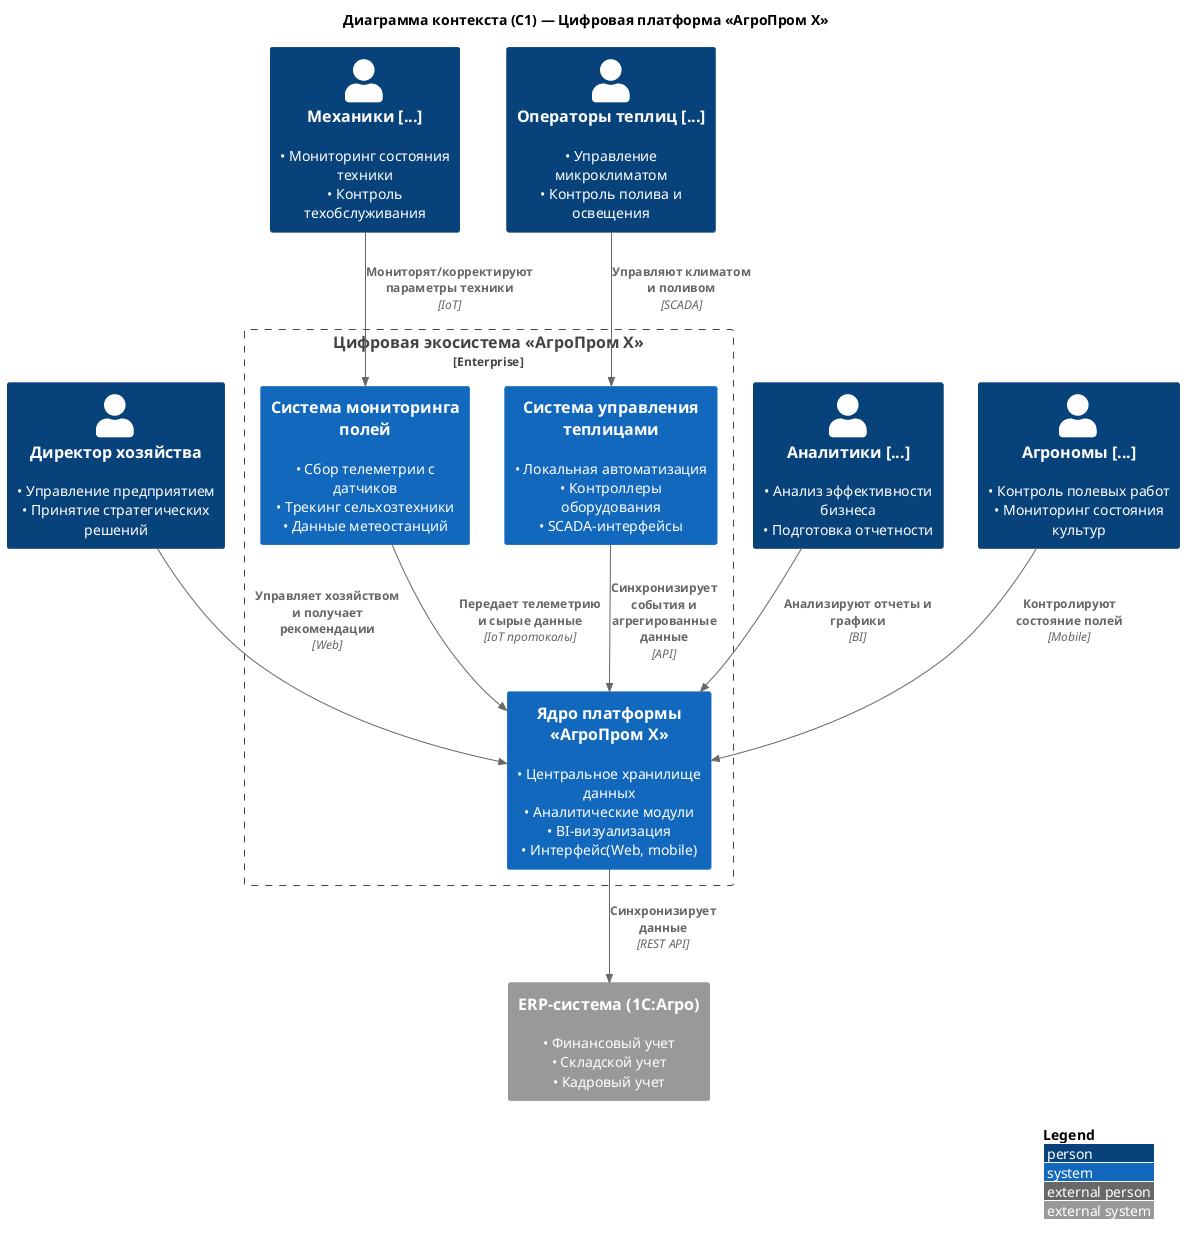
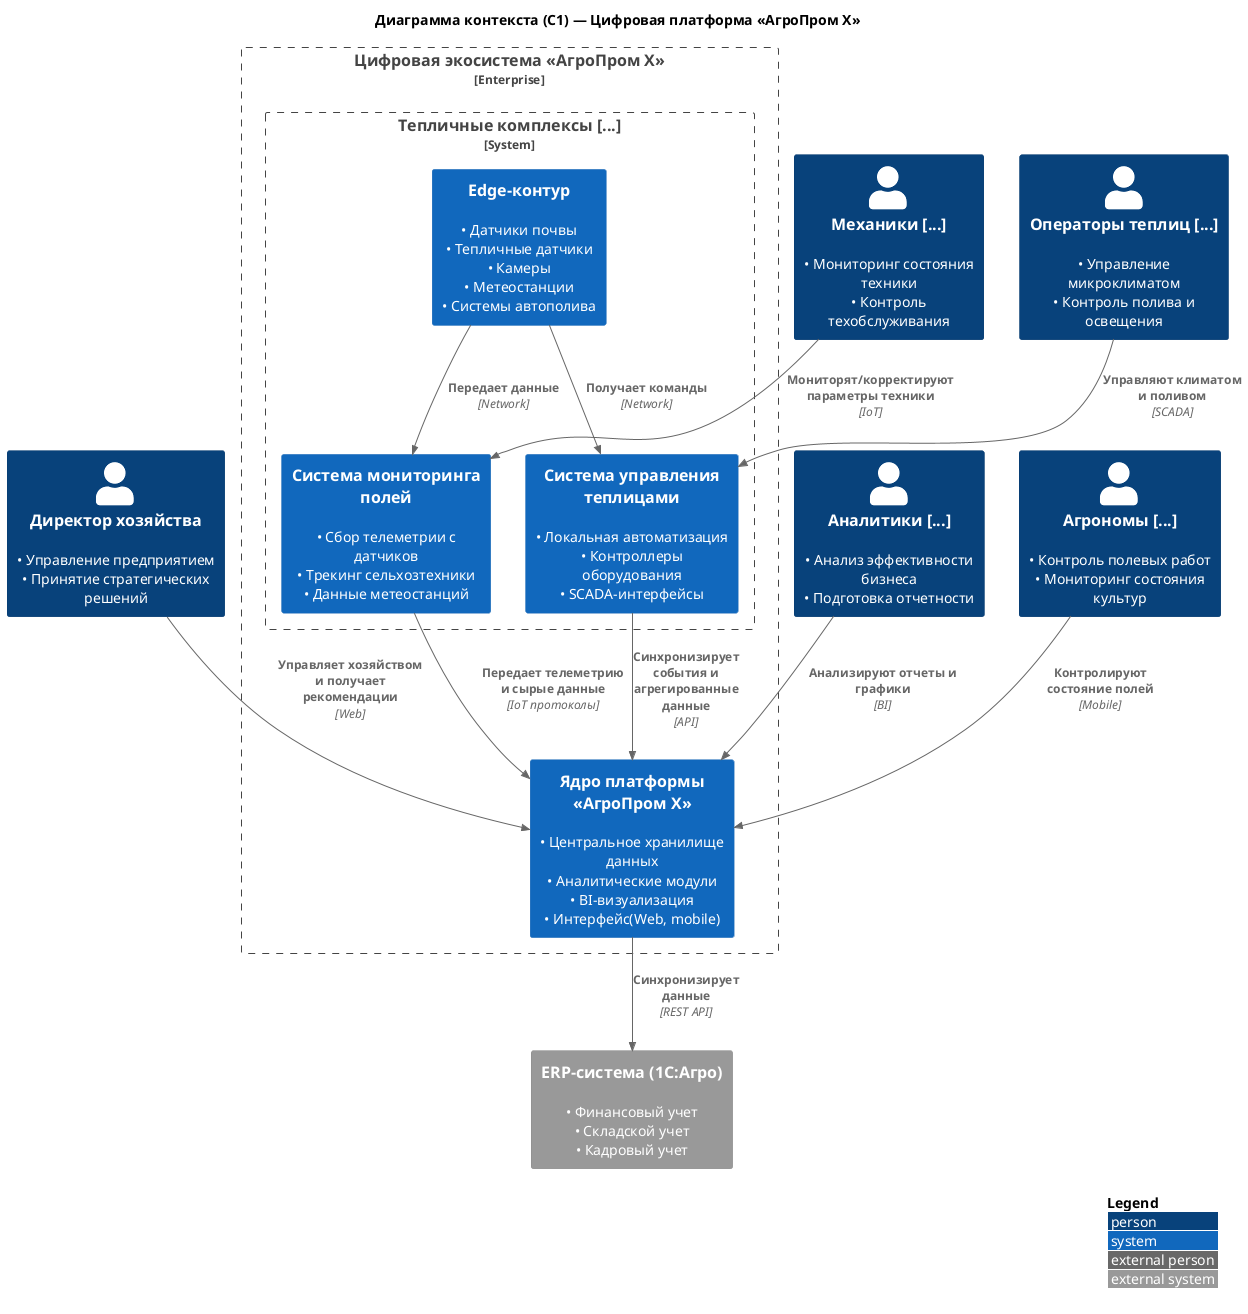
@startuml

!include <C4/C4_Context>

LAYOUT_WITH_LEGEND()

title Диаграмма контекста (C1) — Цифровая платформа «АгроПром X»

' Пользователи
Person(director, "Директор хозяйства", "• Управление предприятием\n• Принятие стратегических решений")
Person(analyst, "Аналитики [...]", "• Анализ эффективности бизнеса\n• Подготовка отчетности")
Person(agronom, "Агрономы [...]", "• Контроль полевых работ\n• Мониторинг состояния культур")
Person(mechanic, "Механики [...]", "• Мониторинг состояния техники\n• Контроль техобслуживания")
Person(operator, "Операторы теплиц [...]", "• Управление микроклиматом\n• Контроль полива и освещения")

' Внутренний контур предприятия
Enterprise_Boundary(company, "Цифровая экосистема «АгроПром X»") {
+ System_Boundary(agro, "Тепличные комплексы [...]"){
+ System(edge,"Edge-контур","• Датчики почвы\n• Тепличные датчики\n• Камеры\n• Метеостанции\n• Системы автополива")
    System(fields_sys, "Система мониторинга полей", "• Сбор телеметрии с датчиков\n• Трекинг сельхозтехники\n• Данные метеостанций")
    System(greenhouse_sys, "Система управления теплицами", "• Локальная автоматизация\n• Контроллеры оборудования\n• SCADA-интерфейсы")
+     }
    System(agroprom, "Ядро платформы «АгроПром X»", "• Центральное хранилище данных\n• Аналитические модули\n• BI-визуализация\n• Интерфейс(Web, mobile)")
}

' Внешние системы
System_Ext(erp, "ERP-система (1С:Агро)", "• Финансовый учет\n• Складской учет\n• Кадровый учет")

' Связи пользователей с системами
Rel(director, agroprom, "Управляет хозяйством и получает рекомендации", "Web")
Rel(analyst, agroprom, "Анализируют отчеты и графики", "BI")
Rel(agronom, agroprom, "Контролируют состояние полей", "Mobile")
Rel(mechanic, fields_sys, "Мониторят/корректируют параметры техники", "IoT")
Rel(operator, greenhouse_sys, "Управляют климатом и поливом", "SCADA")

' Взаимодействие между внутренними системами
+ Rel(edge,fields_sys,  "Передает данные", "Network")
+ Rel(edge,greenhouse_sys,  "Получает команды", "Network")
Rel(fields_sys, agroprom, "Передает телеметрию и сырые данные", "IoT протоколы")
Rel(greenhouse_sys, agroprom, "Синхронизирует события и агрегированные данные", "API")

' Связь с внешней системой
Rel(agroprom, erp, "Синхронизирует данные", "REST API")

@enduml
